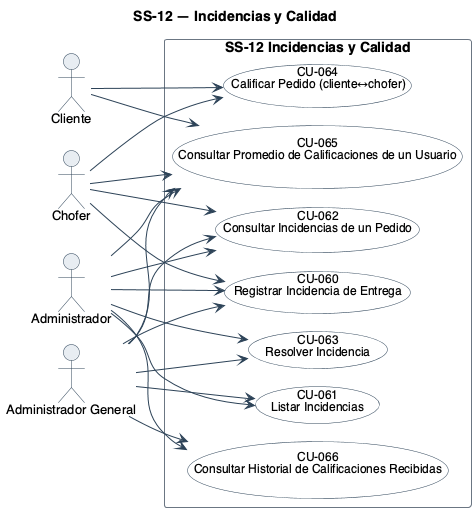
Nahuelito-Dev/splg-docs keeps this PlantUML diagram as diagramas/uml/CU_SS-12_Incidencias-Y-Calidad-De-Servicio.png. Above is the earlier version. Its diagram source:
```plantuml
@startuml
!pragma layout smetana
title SS-12 — Incidencias y Calidad
left to right direction
skinparam backgroundColor #FFFFFF
skinparam shadowing false
skinparam defaultFontName Helvetica
skinparam defaultFontSize 13
skinparam ArrowColor #2C4257
skinparam actor {
  BorderColor #2C4257
  BackgroundColor #E8EDF2
}
skinparam usecase {
  BorderColor #2C4257
  BackgroundColor #FFFFFF
  FontSize 12
  BorderColor<<pendiente>> #9C4436
  BackgroundColor<<pendiente>> #F6E4E1
}
skinparam rectangle {
  BorderColor #6B7683
  FontSize 14
  FontStyle bold
}

actor "Cliente" as A1
actor "Chofer" as A2
actor "Administrador" as A3
actor "Administrador General" as A5

rectangle "SS-12 Incidencias y Calidad" {
  usecase "CU-060\nRegistrar Incidencia de Entrega" as U60
  usecase "CU-061\nListar Incidencias" as U61
  usecase "CU-062\nConsultar Incidencias de un Pedido" as U62
  usecase "CU-063\nResolver Incidencia" as U63
  usecase "CU-064\nCalificar Pedido (cliente↔chofer)" as U64
  usecase "CU-065\nConsultar Promedio de Calificaciones de un Usuario" as U65
  usecase "CU-066\nConsultar Historial de Calificaciones Recibidas" as U66
}

A2 --> U60
A3 --> U60
A5 --> U60
A3 --> U61
A5 --> U61
A2 --> U62
A3 --> U62
A5 --> U62
A3 --> U63
A5 --> U63
A1 --> U64
A2 --> U64
A1 --> U65
A2 --> U65
A3 --> U65
A5 --> U65
A3 --> U66
A5 --> U66
@enduml
```
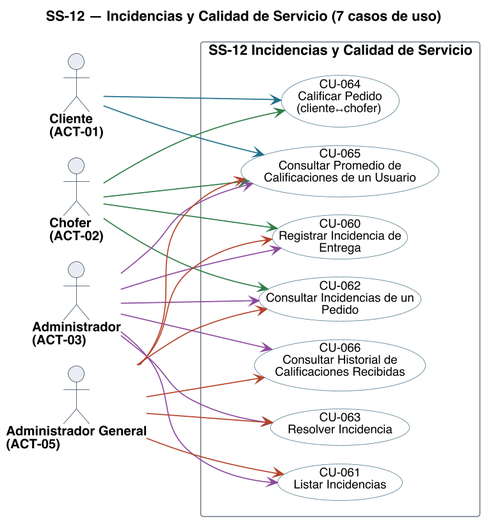
Later version of the same file.

The edit, as a diff of the source:
```diff
@@ -1,22 +1,23 @@
 @startuml
-!pragma layout smetana
-title SS-12 — Incidencias y Calidad
+title SS-12 — Incidencias y Calidad de Servicio (7 casos de uso)
 left to right direction
 skinparam backgroundColor #FFFFFF
 skinparam shadowing false
 skinparam defaultFontName Helvetica
 skinparam defaultFontSize 13
+skinparam dpi 150
 skinparam ArrowColor #2C4257
+skinparam ArrowThickness 1.1
 skinparam actor {
   BorderColor #2C4257
   BackgroundColor #E8EDF2
+  FontSize 13
+  FontStyle bold
 }
 skinparam usecase {
   BorderColor #2C4257
   BackgroundColor #FFFFFF
   FontSize 12
-  BorderColor<<pendiente>> #9C4436
-  BackgroundColor<<pendiente>> #F6E4E1
 }
 skinparam rectangle {
   BorderColor #6B7683
@@ -24,37 +25,45 @@
   FontStyle bold
 }
 
-actor "Cliente" as A1
-actor "Chofer" as A2
-actor "Administrador" as A3
-actor "Administrador General" as A5
-
-rectangle "SS-12 Incidencias y Calidad" {
-  usecase "CU-060\nRegistrar Incidencia de Entrega" as U60
-  usecase "CU-061\nListar Incidencias" as U61
-  usecase "CU-062\nConsultar Incidencias de un Pedido" as U62
-  usecase "CU-063\nResolver Incidencia" as U63
-  usecase "CU-064\nCalificar Pedido (cliente↔chofer)" as U64
-  usecase "CU-065\nConsultar Promedio de Calificaciones de un Usuario" as U65
-  usecase "CU-066\nConsultar Historial de Calificaciones Recibidas" as U66
+skinparam nodesep 18
+skinparam ranksep 70
+skinparam usecase {
+  BorderColor<<pendiente>> #9C4436
+  BackgroundColor<<pendiente>> #F6E4E1
 }
 
-A2 --> U60
-A3 --> U60
-A5 --> U60
-A3 --> U61
-A5 --> U61
-A2 --> U62
-A3 --> U62
-A5 --> U62
-A3 --> U63
-A5 --> U63
-A1 --> U64
-A2 --> U64
-A1 --> U65
-A2 --> U65
-A3 --> U65
-A5 --> U65
-A3 --> U66
-A5 --> U66
+actor "Cliente\n(ACT-01)" as A01
+actor "Chofer\n(ACT-02)" as A02
+actor "Administrador\n(ACT-03)" as A03
+actor "Administrador General\n(ACT-05)" as A05
+
+rectangle "SS-12 Incidencias y Calidad de Servicio" {
+  usecase "CU-060\nRegistrar Incidencia de\nEntrega" as U060 #back:FFFFFF;line:4A7488
+  usecase "CU-061\nListar Incidencias" as U061 #back:FFFFFF;line:4A7488
+  usecase "CU-062\nConsultar Incidencias de un\nPedido" as U062 #back:FFFFFF;line:4A7488
+  usecase "CU-063\nResolver Incidencia" as U063 #back:FFFFFF;line:4A7488
+  usecase "CU-064\nCalificar Pedido\n(cliente↔chofer)" as U064 #back:FFFFFF;line:4A7488
+  usecase "CU-065\nConsultar Promedio de\nCalificaciones de un Usuario" as U065 #back:FFFFFF;line:4A7488
+  usecase "CU-066\nConsultar Historial de\nCalificaciones Recibidas" as U066 #back:FFFFFF;line:4A7488
+}
+
+A01 -[#1F6F8B]-> U064
+A01 -[#1F6F8B]-> U065
+A02 -[#2E7D46]-> U060
+A02 -[#2E7D46]-> U062
+A02 -[#2E7D46]-> U064
+A02 -[#2E7D46]-> U065
+A03 -[#8C4A9E]-> U060
+A03 -[#8C4A9E]-> U061
+A03 -[#8C4A9E]-> U062
+A03 -[#8C4A9E]-> U063
+A03 -[#8C4A9E]-> U065
+A03 -[#8C4A9E]-> U066
+A05 -[#B4432B]-> U060
+A05 -[#B4432B]-> U061
+A05 -[#B4432B]-> U062
+A05 -[#B4432B]-> U063
+A05 -[#B4432B]-> U065
+A05 -[#B4432B]-> U066
+
 @enduml
```
